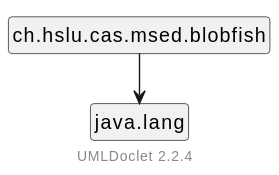
Earlier version of the PlantUML export docs/diagrams/dependencies.svg (l2c0r3/blobfish). Source of this version:
```plantuml
@startuml


    !pragma layout smetana
    skinparam backgroundcolor transparent
    set namespaceSeparator none
    hide circle
    hide empty fields
    hide empty methods

    ch.hslu.cas.msed.blobfish --> java.lang

    class "ch.hslu.cas.msed.blobfish" [[ch/hslu/cas/msed/blobfish/package-summary.html]] {
    }

    <style>
        footer {
            HyperLinkColor #8
            HyperLinkUnderlineThickness 0
        }
    </style>
    footer \n[[https://github.com/talsma-ict/umldoclet UMLDoclet 2.2.4]]
@enduml
```
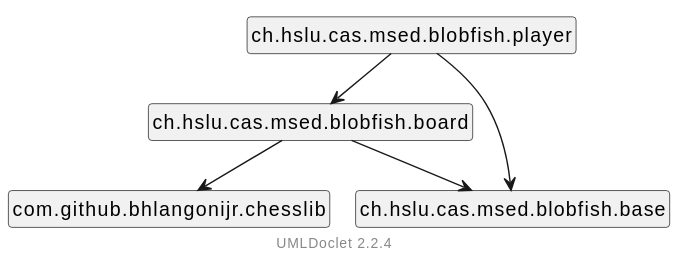
After the commit.

Commit message:
Add chess board and player abstractions (#14)

The edit, as a diff of the source:
```diff
@@ -8,9 +8,16 @@
     hide empty fields
     hide empty methods
 
-    ch.hslu.cas.msed.blobfish --> java.lang
+    ch.hslu.cas.msed.blobfish.board --> com.github.bhlangonijr.chesslib
+    ch.hslu.cas.msed.blobfish.board --> ch.hslu.cas.msed.blobfish.base
+    ch.hslu.cas.msed.blobfish.player --> ch.hslu.cas.msed.blobfish.base
+    ch.hslu.cas.msed.blobfish.player --> ch.hslu.cas.msed.blobfish.board
 
-    class "ch.hslu.cas.msed.blobfish" [[ch/hslu/cas/msed/blobfish/package-summary.html]] {
+    class "ch.hslu.cas.msed.blobfish.board" [[ch/hslu/cas/msed/blobfish/board/package-summary.html]] {
+    }
+    class "ch.hslu.cas.msed.blobfish.base" [[ch/hslu/cas/msed/blobfish/base/package-summary.html]] {
+    }
+    class "ch.hslu.cas.msed.blobfish.player" [[ch/hslu/cas/msed/blobfish/player/package-summary.html]] {
     }
 
     <style>
```
